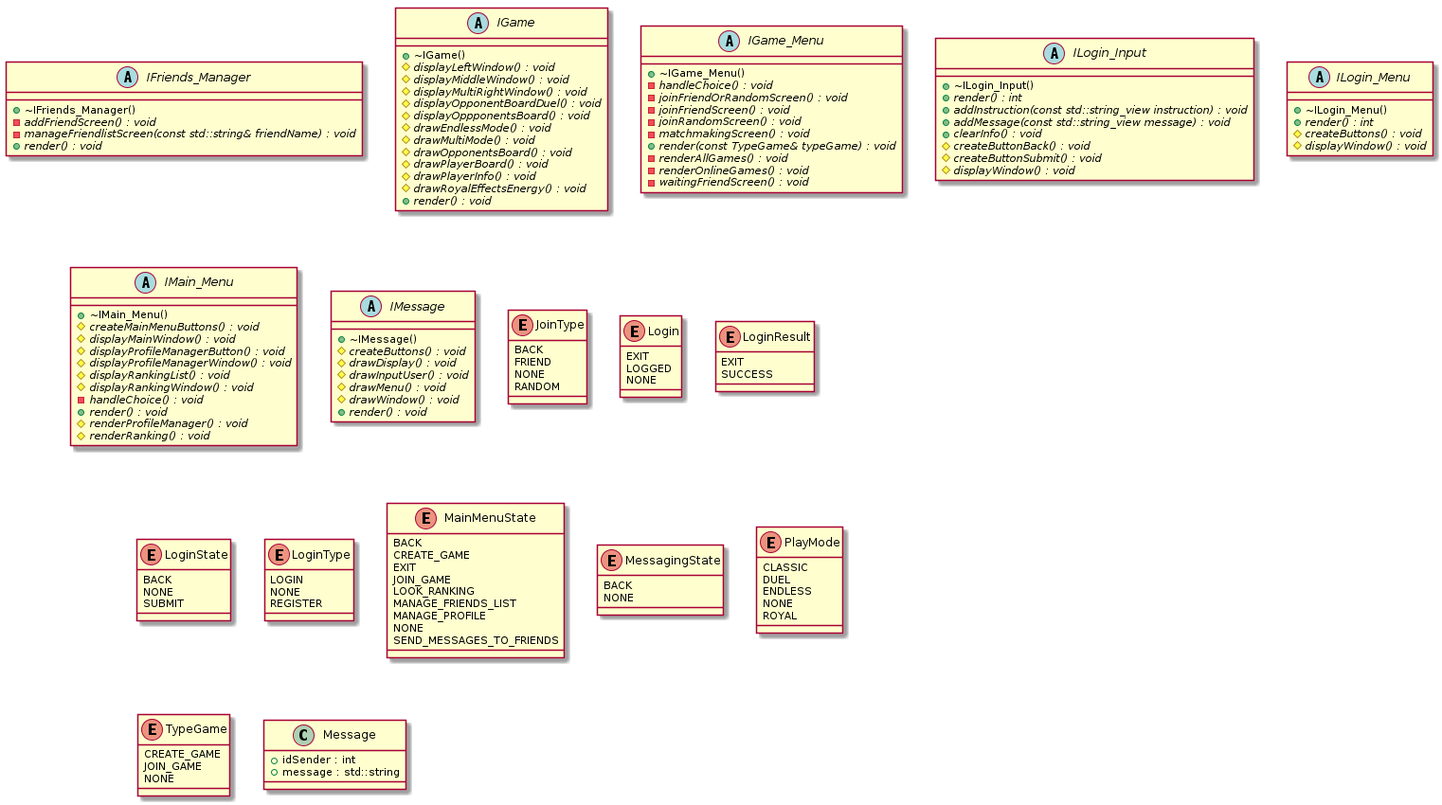
The PlantUML diagram res/uml/class/InterfaceClass.png in ulb-info2-group5/Royal-Blocks, before a commit. Its source is kept beside it as doc/uml/class/client/InterfaceClass.plantuml.
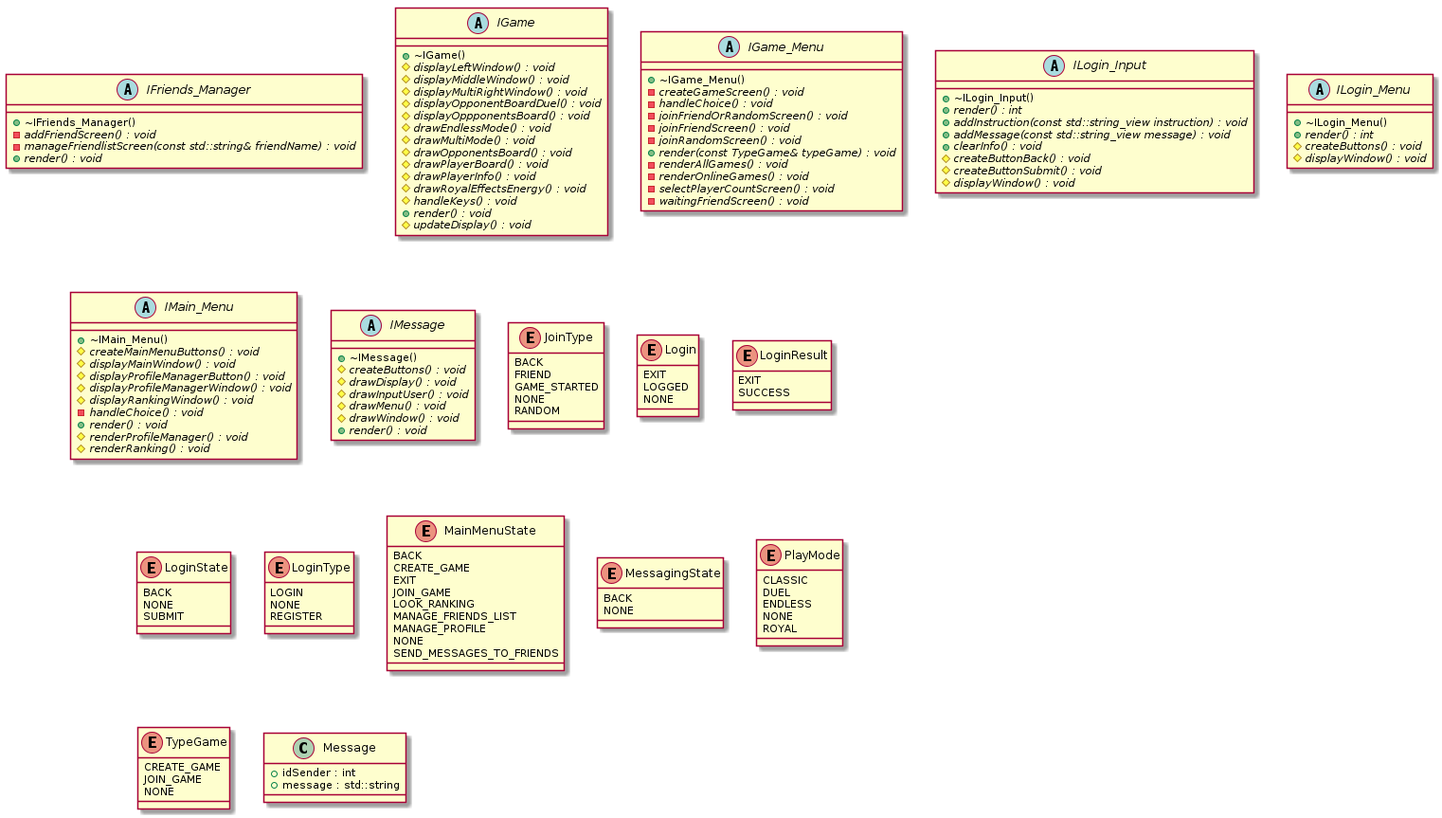
The same diagram one commit later.

What changed in the source:
```diff
@@ -1,4 +1,6 @@
 @startuml InterfaceClass
+
+skinparam linetype ortho
 
 
 
@@ -23,20 +25,23 @@
 	#{abstract} drawPlayerBoard() : void
 	#{abstract} drawPlayerInfo() : void
 	#{abstract} drawRoyalEffectsEnergy() : void
+	#{abstract} handleKeys() : void
 	+{abstract} render() : void
+	#{abstract} updateDisplay() : void
 }
 
 
 abstract class IGame_Menu {
 	+~IGame_Menu()
+	-{abstract} createGameScreen() : void
 	-{abstract} handleChoice() : void
 	-{abstract} joinFriendOrRandomScreen() : void
 	-{abstract} joinFriendScreen() : void
 	-{abstract} joinRandomScreen() : void
-	-{abstract} matchmakingScreen() : void
 	+{abstract} render(const TypeGame& typeGame) : void
 	-{abstract} renderAllGames() : void
 	-{abstract} renderOnlineGames() : void
+	-{abstract} selectPlayerCountScreen() : void
 	-{abstract} waitingFriendScreen() : void
 }
 
@@ -67,7 +72,6 @@
 	#{abstract} displayMainWindow() : void
 	#{abstract} displayProfileManagerButton() : void
 	#{abstract} displayProfileManagerWindow() : void
-	#{abstract} displayRankingList() : void
 	#{abstract} displayRankingWindow() : void
 	-{abstract} handleChoice() : void
 	+{abstract} render() : void
@@ -90,6 +94,7 @@
 enum JoinType {
 	BACK
 	FRIEND
+	GAME_STARTED
 	NONE
 	RANDOM
 }
```
